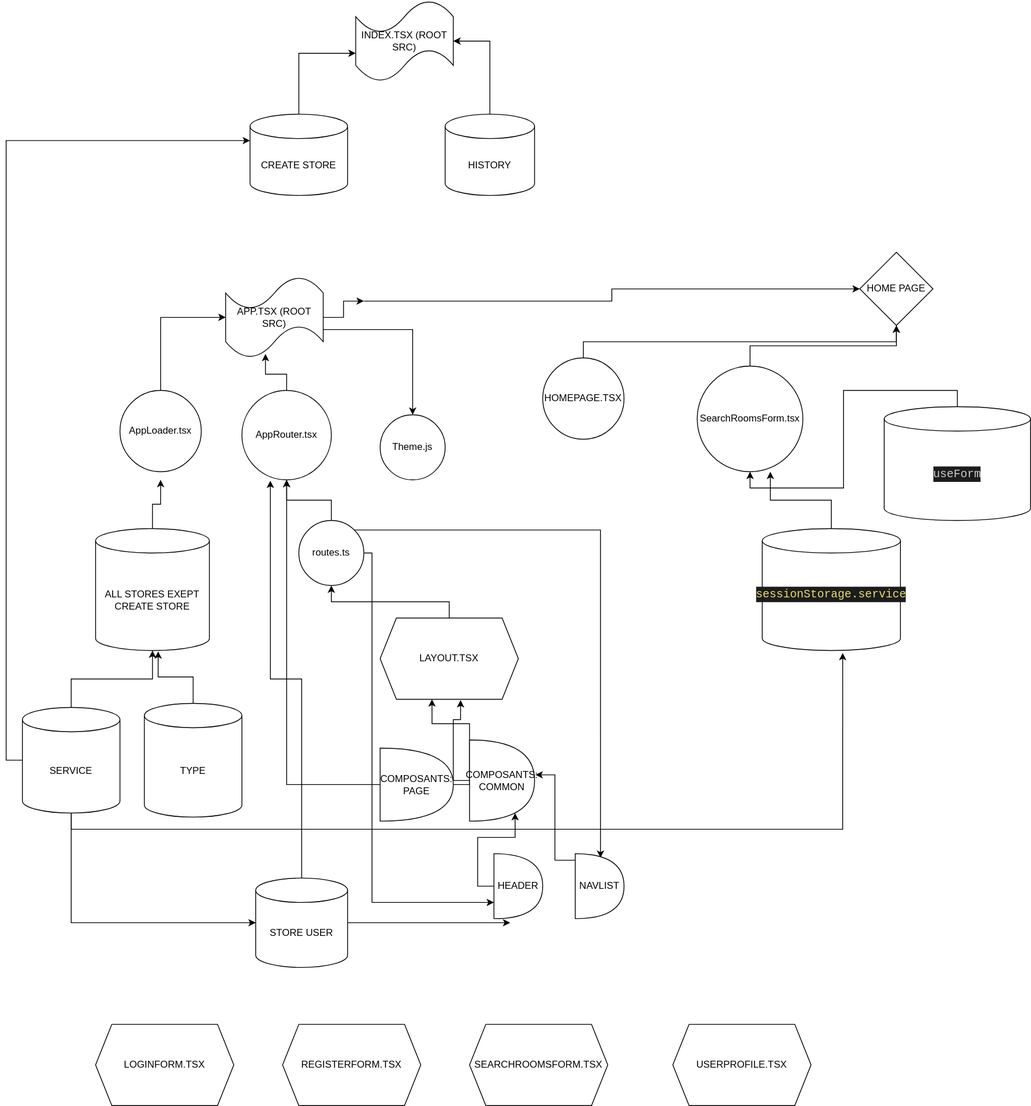
Above: HOME PAGE FLOW.drawio.svg in sourisooo/BOOKING-PROJET-2 (draw.io), before the change. Source tidied: cells renumbered, new cells last; positions are measured from the earlier drawing's top-left corner, leaving out a move shared by most shapes.
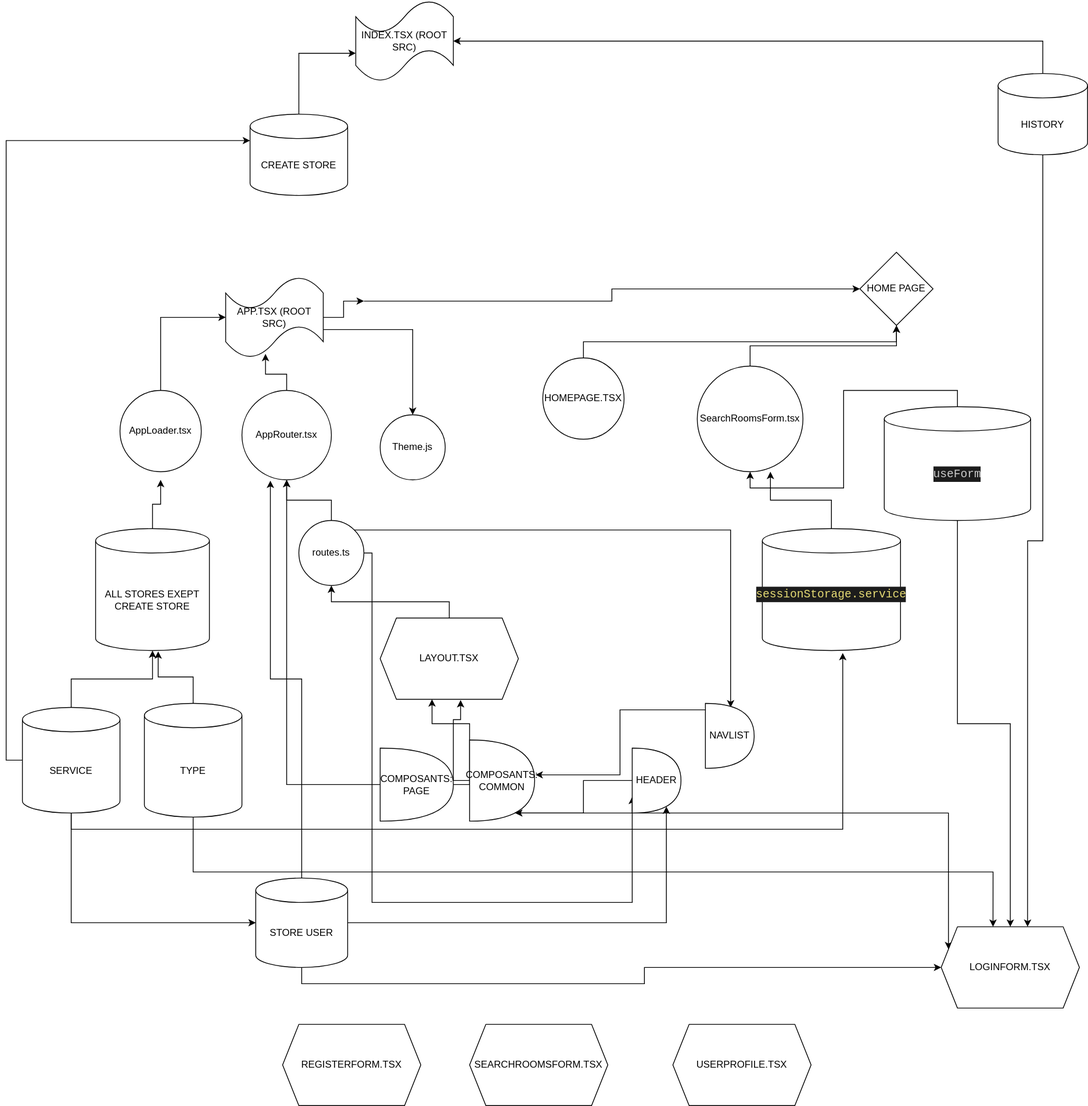
After the commit.

Commit message:
Mettre à jour HOME PAGE FLOW.drawio.svg

What changed in the source:
```diff
@@ -20,6 +20,9 @@
     <mxCell id="7" style="edgeStyle=orthogonalEdgeStyle;rounded=0;jettySize=auto;html=1;exitX=0.5;exitY=0;exitDx=0;exitDy=0;exitPerimeter=0;entryX=0.5;entryY=1;entryDx=0;entryDy=0;" parent="1" edge="1" source="8" target="6">
       <mxGeometry relative="1" as="geometry" />
     </mxCell>
+    <mxCell id="57" style="edgeStyle=orthogonalEdgeStyle;rounded=0;jettySize=auto;html=1;exitX=0.5;exitY=1;exitDx=0;exitDy=0;exitPerimeter=0;entryX=0.5;entryY=0;entryDx=0;entryDy=0;" parent="1" edge="1" source="8" target="53">
+      <mxGeometry relative="1" as="geometry" />
+    </mxCell>
     <mxCell id="8" value="&lt;div style=&quot;color: rgb(204, 204, 204); background-color: rgb(28, 28, 28); font-family: Consolas, &amp;quot;Courier New&amp;quot;, monospace; font-size: 14px; line-height: 19px;&quot;&gt;useForm&lt;/div&gt;" style="shape=cylinder3;whiteSpace=wrap;html=1;boundedLbl=1;backgroundOutline=1;size=15;" parent="1" vertex="1">
       <mxGeometry x="1060" y="500" width="180" height="140" as="geometry" />
     </mxCell>
@@ -94,8 +97,11 @@
     <mxCell id="28" style="edgeStyle=orthogonalEdgeStyle;rounded=0;jettySize=auto;html=1;exitX=0.5;exitY=0;exitDx=0;exitDy=0;exitPerimeter=0;entryX=1;entryY=0.5;entryDx=0;entryDy=0;entryPerimeter=0;" parent="1" edge="1" source="29" target="25">
       <mxGeometry relative="1" as="geometry" />
     </mxCell>
+    <mxCell id="58" style="edgeStyle=orthogonalEdgeStyle;rounded=0;jettySize=auto;html=1;exitX=0.5;exitY=1;exitDx=0;exitDy=0;exitPerimeter=0;entryX=0.625;entryY=0;entryDx=0;entryDy=0;" parent="1" edge="1" source="29" target="53">
+      <mxGeometry relative="1" as="geometry" />
+    </mxCell>
     <mxCell id="29" value="HISTORY" style="shape=cylinder3;whiteSpace=wrap;html=1;boundedLbl=1;backgroundOutline=1;size=15;" parent="1" vertex="1">
-      <mxGeometry x="520" y="140" width="110" height="100" as="geometry" />
+      <mxGeometry x="1200" y="90" width="110" height="100" as="geometry" />
     </mxCell>
     <mxCell id="30" style="edgeStyle=orthogonalEdgeStyle;rounded=0;orthogonalLoop=1;jettySize=auto;html=1;exitX=0.5;exitY=1;exitDx=0;exitDy=0;exitPerimeter=0;" parent="1" edge="1" source="29" target="29">
       <mxGeometry relative="1" as="geometry" />
@@ -121,6 +127,9 @@
     <mxCell id="37" style="edgeStyle=orthogonalEdgeStyle;rounded=0;jettySize=auto;html=1;exitX=0.5;exitY=0;exitDx=0;exitDy=0;exitPerimeter=0;entryX=0.55;entryY=1.007;entryDx=0;entryDy=0;entryPerimeter=0;" parent="1" edge="1" source="38" target="20">
       <mxGeometry relative="1" as="geometry" />
     </mxCell>
+    <mxCell id="59" style="edgeStyle=orthogonalEdgeStyle;rounded=0;jettySize=auto;html=1;exitX=0.5;exitY=1;exitDx=0;exitDy=0;exitPerimeter=0;entryX=0.375;entryY=0;entryDx=0;entryDy=0;" parent="1" edge="1" source="38" target="53">
+      <mxGeometry relative="1" as="geometry" />
+    </mxCell>
     <mxCell id="38" value="TYPE" style="shape=cylinder3;whiteSpace=wrap;html=1;boundedLbl=1;backgroundOutline=1;size=15;" parent="1" vertex="1">
       <mxGeometry x="150" y="865" width="120" height="140" as="geometry" />
     </mxCell>
@@ -142,17 +151,21 @@
     <mxCell id="44" style="edgeStyle=orthogonalEdgeStyle;rounded=0;jettySize=auto;html=1;exitX=0;exitY=0.5;exitDx=0;exitDy=0;exitPerimeter=0;entryX=0.582;entryY=1.01;entryDx=0;entryDy=0;entryPerimeter=0;" parent="1" edge="1" source="45" target="40">
       <mxGeometry relative="1" as="geometry" />
     </mxCell>
+    <mxCell id="60" style="edgeStyle=orthogonalEdgeStyle;rounded=0;jettySize=auto;html=1;exitX=0.7;exitY=0.9;exitDx=0;exitDy=0;exitPerimeter=0;entryX=0;entryY=0.25;entryDx=0;entryDy=0;" parent="1" edge="1" source="45" target="53">
+      <mxGeometry relative="1" as="geometry" />
+    </mxCell>
     <mxCell id="45" value="COMPOSANTS:&lt;br&gt;COMMON" style="shape=or;whiteSpace=wrap;html=1;" parent="1" vertex="1">
       <mxGeometry x="550" y="910" width="80" height="100" as="geometry" />
     </mxCell>
     <mxCell id="46" style="edgeStyle=orthogonalEdgeStyle;rounded=0;jettySize=auto;html=1;exitX=0.5;exitY=0;exitDx=0;exitDy=0;exitPerimeter=0;entryX=0.318;entryY=1.009;entryDx=0;entryDy=0;entryPerimeter=0;" parent="1" edge="1" source="48" target="18">
       <mxGeometry relative="1" as="geometry" />
     </mxCell>
-    <mxCell id="47" style="edgeStyle=orthogonalEdgeStyle;rounded=0;jettySize=auto;html=1;exitX=1;exitY=0.5;exitDx=0;exitDy=0;exitPerimeter=0;" parent="1" edge="1" source="48">
-      <mxGeometry relative="1" as="geometry">
-        <mxPoint x="600" y="1135" as="targetPoint" />
-      </mxGeometry>
+    <mxCell id="47" style="edgeStyle=orthogonalEdgeStyle;rounded=0;jettySize=auto;html=1;exitX=1;exitY=0.5;exitDx=0;exitDy=0;exitPerimeter=0;entryX=0.7;entryY=0.9;entryDx=0;entryDy=0;entryPerimeter=0;" parent="1" edge="1" source="48" target="50">
+      <mxGeometry relative="1" as="geometry" />
     </mxCell>
+    <mxCell id="61" style="edgeStyle=orthogonalEdgeStyle;rounded=0;jettySize=auto;html=1;exitX=0.5;exitY=1;exitDx=0;exitDy=0;exitPerimeter=0;entryX=0;entryY=0.5;entryDx=0;entryDy=0;" parent="1" edge="1" source="48" target="53">
+      <mxGeometry relative="1" as="geometry" />
+    </mxCell>
     <mxCell id="48" value="STORE USER" style="shape=cylinder3;whiteSpace=wrap;html=1;boundedLbl=1;backgroundOutline=1;size=15;" parent="1" vertex="1">
       <mxGeometry x="287" y="1080" width="113" height="110" as="geometry" />
     </mxCell>
@@ -160,16 +173,16 @@
       <mxGeometry relative="1" as="geometry" />
     </mxCell>
     <mxCell id="50" value="HEADER" style="shape=or;whiteSpace=wrap;html=1;" parent="1" vertex="1">
-      <mxGeometry x="580" y="1050" width="60" height="80" as="geometry" />
+      <mxGeometry x="750" y="920" width="60" height="80" as="geometry" />
     </mxCell>
     <mxCell id="51" style="edgeStyle=orthogonalEdgeStyle;rounded=0;jettySize=auto;html=1;exitX=0.7;exitY=0.1;exitDx=0;exitDy=0;exitPerimeter=0;entryX=1.013;entryY=0.43;entryDx=0;entryDy=0;entryPerimeter=0;" parent="1" edge="1" source="52" target="45">
       <mxGeometry relative="1" as="geometry" />
     </mxCell>
     <mxCell id="52" value="NAVLIST" style="shape=or;whiteSpace=wrap;html=1;" parent="1" vertex="1">
-      <mxGeometry x="680" y="1050" width="60" height="80" as="geometry" />
+      <mxGeometry x="840" y="865" width="60" height="80" as="geometry" />
     </mxCell>
     <mxCell id="53" value="LOGINFORM.TSX" style="shape=hexagon;perimeter=hexagonPerimeter2;whiteSpace=wrap;html=1;fixedSize=1;" parent="1" vertex="1">
-      <mxGeometry x="90" y="1260" width="170" height="100" as="geometry" />
+      <mxGeometry x="1130" y="1140" width="170" height="100" as="geometry" />
     </mxCell>
     <mxCell id="54" value="REGISTERFORM.TSX" style="shape=hexagon;perimeter=hexagonPerimeter2;whiteSpace=wrap;html=1;fixedSize=1;" parent="1" vertex="1">
       <mxGeometry x="320" y="1260" width="170" height="100" as="geometry" />
```
